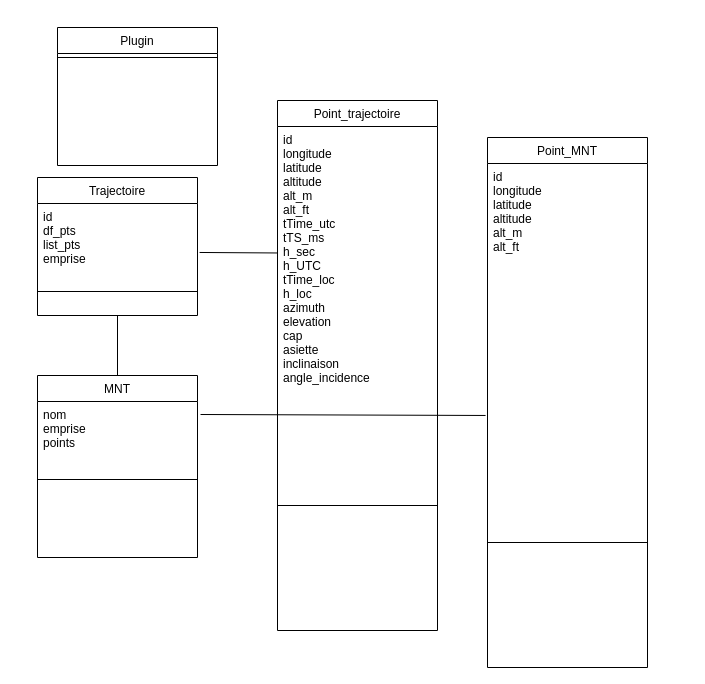
Earlier version of the draw.io diagram Diagramme2classes.drawio (PaulCllch/BEA). Source tidied: cells renumbered, new cells numbered last; positions are measured from the earlier drawing's top-left corner, leaving out a move shared by most shapes. Both pictures are drawn from the tidied source at 100%, with x=0, y=0 at pixel (37, 27).
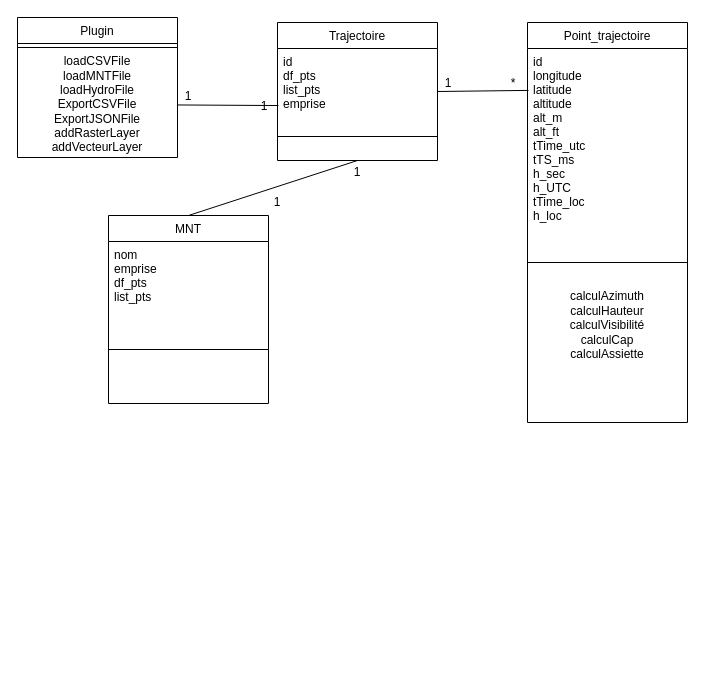
After the change.

Commit message:
Mettre à jour Diagramme2classes.drawio

The change refers to these unchanged cells:
```xml
<mxCell id="3" value="id&#10;df_pts&#10;list_pts&#10;emprise" style="text;align=left;verticalAlign=top;spacingLeft=4;spacingRight=4;overflow=hidden;points=[[0,0.5],[1,0.5]];portConstraint=eastwest;" parent="2" vertex="1">
  <mxGeometry y="26" width="160" height="84" as="geometry" />
</mxCell>
```

Diff of the diagram source:
```diff
@@
     <mxCell id="2" value="Trajectoire" style="swimlane;fontStyle=0;align=center;verticalAlign=top;horizontal=1;startSize=26;rounded=0;shadow=0;strokeWidth=1;" parent="1" vertex="1">
-      <mxGeometry y="150" width="160" height="138" as="geometry" />
+      <mxGeometry x="240" y="-5" width="160" height="138" as="geometry" />
     </mxCell>
@@
     <mxCell id="5" value="MNT" style="swimlane;fontStyle=0;align=center;verticalAlign=top;horizontal=1;startSize=26;rounded=0;shadow=0;strokeWidth=1;" parent="1" vertex="1">
-      <mxGeometry y="348" width="160" height="182" as="geometry" />
+      <mxGeometry x="71" y="188" width="160" height="188" as="geometry" />
     </mxCell>
-    <mxCell id="6" value="nom&#10;emprise&#10;points&#10;&#10;" style="text;align=left;verticalAlign=top;spacingLeft=4;spacingRight=4;overflow=hidden;points=[[0,0.5],[1,0.5]];portConstraint=eastwest;" parent="5" vertex="1">
-      <mxGeometry y="26" width="160" height="54" as="geometry" />
+    <mxCell id="6" value="nom&#10;emprise&#10;df_pts&#10;list_pts&#10;&#10;&#10;" style="text;align=left;verticalAlign=top;spacingLeft=4;spacingRight=4;overflow=hidden;points=[[0,0.5],[1,0.5]];portConstraint=eastwest;" parent="5" vertex="1">
+      <mxGeometry y="26" width="160" height="84" as="geometry" />
     </mxCell>
     <mxCell id="7" style="line;html=1;strokeWidth=1;align=left;verticalAlign=middle;spacingTop=-1;spacingLeft=3;spacingRight=3;labelPosition=right;" parent="5" vertex="1">
-      <mxGeometry y="80" width="160" height="48" as="geometry" />
+      <mxGeometry y="110" width="160" height="48" as="geometry" />
     </mxCell>
     <mxCell id="8" value="Point_trajectoire" style="swimlane;fontStyle=0;align=center;verticalAlign=top;horizontal=1;startSize=26;rounded=0;shadow=0;strokeWidth=1;" parent="1" vertex="1">
-      <mxGeometry x="240" y="73" width="160" height="530" as="geometry" />
+      <mxGeometry x="490" y="-5" width="160" height="400" as="geometry" />
     </mxCell>
-    <mxCell id="9" value="id&#10;longitude&#10;latitude&#10;altitude&#10;alt_m&#10;alt_ft&#10;tTime_utc&#10;tTS_ms&#10;h_sec&#10;h_UTC&#10;tTime_loc&#10;h_loc&#10;azimuth&#10;elevation&#10;cap&#10;asiette&#10;inclinaison&#10;angle_incidence&#10;" style="text;align=left;verticalAlign=top;spacingLeft=4;spacingRight=4;overflow=hidden;points=[[0,0.5],[1,0.5]];portConstraint=eastwest;" parent="8" vertex="1">
-      <mxGeometry y="26" width="160" height="254" as="geometry" />
+    <mxCell id="9" value="id&#10;longitude&#10;latitude&#10;altitude&#10;alt_m&#10;alt_ft&#10;tTime_utc&#10;tTS_ms&#10;h_sec&#10;h_UTC&#10;tTime_loc&#10;h_loc" style="text;align=left;verticalAlign=top;spacingLeft=4;spacingRight=4;overflow=hidden;points=[[0,0.5],[1,0.5]];portConstraint=eastwest;" parent="8" vertex="1">
+      <mxGeometry y="26" width="160" height="194" as="geometry" />
     </mxCell>
     <mxCell id="10" style="line;html=1;strokeWidth=1;align=left;verticalAlign=middle;spacingTop=-1;spacingLeft=3;spacingRight=3;labelPosition=right;" parent="8" vertex="1">
-      <mxGeometry y="280" width="160" height="250" as="geometry" />
+      <mxGeometry y="220" width="160" height="40" as="geometry" />
     </mxCell>
+    <mxCell id="19" value="&lt;div&gt;calculAzimuth&lt;/div&gt;&lt;div&gt;calculHauteur&lt;/div&gt;&lt;div&gt;calculVisibilité&lt;br&gt;&lt;/div&gt;&lt;div&gt;calculCap&lt;/div&gt;&lt;div&gt;calculAssiette&lt;/div&gt;&lt;div&gt;&lt;br&gt;&lt;/div&gt;" style="text;html=1;align=center;verticalAlign=middle;whiteSpace=wrap;rounded=0;" parent="8" vertex="1">
+      <mxGeometry y="260" width="160" height="100" as="geometry" />
+    </mxCell>
@@
-    <mxCell id="12" style="endArrow=none;html=1;rounded=0;exitX=1.013;exitY=0.583;exitDx=0;exitDy=0;exitPerimeter=0;" parent="1" edge="1" source="3" target="9">
+    <mxCell id="12" style="endArrow=none;html=1;rounded=0;entryX=0.006;entryY=0.679;entryDx=0;entryDy=0;entryPerimeter=0;" parent="1" edge="1" source="20" target="3">
       <mxGeometry relative="1" as="geometry" />
     </mxCell>
-    <mxCell id="13" value="Point_MNT" style="swimlane;fontStyle=0;align=center;verticalAlign=top;horizontal=1;startSize=26;rounded=0;shadow=0;strokeWidth=1;" parent="1" vertex="1">
-      <mxGeometry x="450" y="110" width="160" height="530" as="geometry" />
-    </mxCell>
-    <mxCell id="14" value="id&#10;longitude&#10;latitude&#10;altitude&#10;alt_m&#10;alt_ft&#10;" style="text;align=left;verticalAlign=top;spacingLeft=4;spacingRight=4;overflow=hidden;points=[[0,0.5],[1,0.5]];portConstraint=eastwest;" parent="13" vertex="1">
-      <mxGeometry y="26" width="160" height="254" as="geometry" />
-    </mxCell>
-    <mxCell id="15" style="line;html=1;strokeWidth=1;align=left;verticalAlign=middle;spacingTop=-1;spacingLeft=3;spacingRight=3;labelPosition=right;" parent="13" vertex="1">
-      <mxGeometry y="280" width="160" height="250" as="geometry" />
-    </mxCell>
-    <mxCell id="16" style="endArrow=none;html=1;rounded=0;exitX=1.019;exitY=0.241;exitDx=0;exitDy=0;exitPerimeter=0;entryX=-0.012;entryY=0.992;entryDx=0;entryDy=0;entryPerimeter=0;" parent="1" edge="1" source="6" target="14">
-      <mxGeometry relative="1" as="geometry" />
-    </mxCell>
     <mxCell id="17" value="Plugin" style="swimlane;fontStyle=0;align=center;verticalAlign=top;horizontal=1;startSize=26;rounded=0;shadow=0;strokeWidth=1;" parent="1" vertex="1">
-      <mxGeometry x="20" width="160" height="138" as="geometry" />
+      <mxGeometry x="-20" y="-10" width="160" height="140" as="geometry" />
     </mxCell>
@@
+    <mxCell id="20" value="&lt;div&gt;loadCSVFile&lt;/div&gt;&lt;div&gt;loadMNTFile&lt;/div&gt;&lt;div&gt;loadHydroFile&lt;br&gt;&lt;/div&gt;&lt;div&gt;ExportCSVFile&lt;/div&gt;&lt;div&gt;ExportJSONFile&lt;/div&gt;&lt;div&gt;addRasterLayer&lt;/div&gt;&lt;div&gt;addVecteurLayer&lt;br&gt;&lt;/div&gt;" style="text;html=1;align=center;verticalAlign=middle;whiteSpace=wrap;rounded=0;" parent="17" vertex="1">
+      <mxGeometry y="34" width="160" height="106" as="geometry" />
+    </mxCell>
+    <mxCell id="21" value="1" style="text;html=1;align=center;verticalAlign=middle;whiteSpace=wrap;rounded=0;" parent="1" vertex="1">
+      <mxGeometry x="121" y="54" width="60" height="30" as="geometry" />
+    </mxCell>
+    <mxCell id="22" style="endArrow=none;html=1;rounded=0;entryX=0.006;entryY=0.157;entryDx=0;entryDy=0;entryPerimeter=0;" parent="1" edge="1">
+      <mxGeometry relative="1" as="geometry">
+        <mxPoint x="400" y="64" as="sourcePoint" />
+        <mxPoint x="491" y="62.9" as="targetPoint" />
+      </mxGeometry>
+    </mxCell>
+    <mxCell id="23" value="1" style="text;html=1;align=center;verticalAlign=middle;whiteSpace=wrap;rounded=0;" parent="1" vertex="1">
+      <mxGeometry x="381" y="41" width="60" height="30" as="geometry" />
+    </mxCell>
+    <mxCell id="24" value="*" style="text;html=1;align=center;verticalAlign=middle;whiteSpace=wrap;rounded=0;" parent="1" vertex="1">
+      <mxGeometry x="446" y="41" width="60" height="30" as="geometry" />
+    </mxCell>
+    <mxCell id="25" value="1" style="text;html=1;align=center;verticalAlign=middle;whiteSpace=wrap;rounded=0;" parent="1" vertex="1">
+      <mxGeometry x="197" y="64" width="60" height="30" as="geometry" />
+    </mxCell>
+    <mxCell id="26" value="1" style="text;html=1;align=center;verticalAlign=middle;whiteSpace=wrap;rounded=0;" parent="1" vertex="1">
+      <mxGeometry x="160" y="160" width="160" height="30" as="geometry" />
+    </mxCell>
+    <mxCell id="27" value="1" style="text;html=1;align=center;verticalAlign=middle;whiteSpace=wrap;rounded=0;" parent="1" vertex="1">
+      <mxGeometry x="290" y="130" width="60" height="30" as="geometry" />
+    </mxCell>
```
